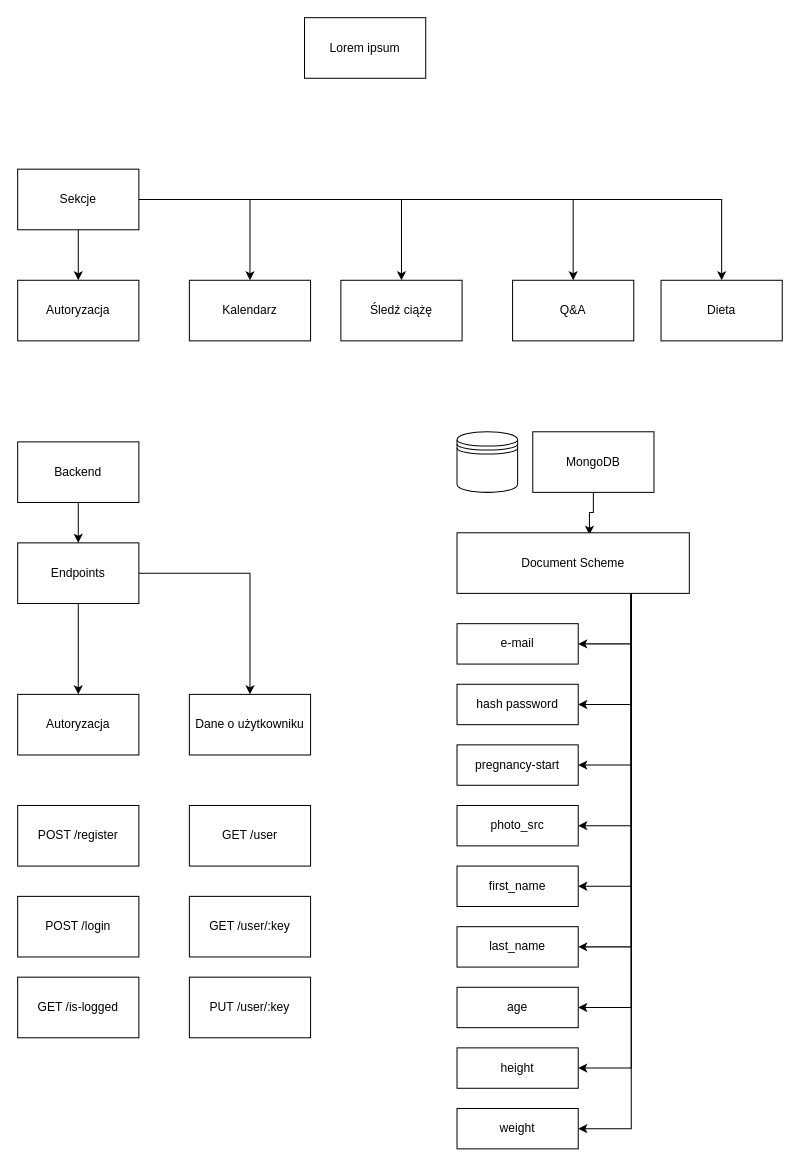
mKepka16/loremipsum keeps this draw.io diagram as loremipsum schemat.drawio. Above is the earlier version. Source tidied: cells renumbered, new cells numbered last; positions are measured from the earlier drawing's top-left corner, leaving out a move shared by most shapes. Both pictures are drawn from the tidied source at 101%, with x=0, y=0 at pixel (17, 17).
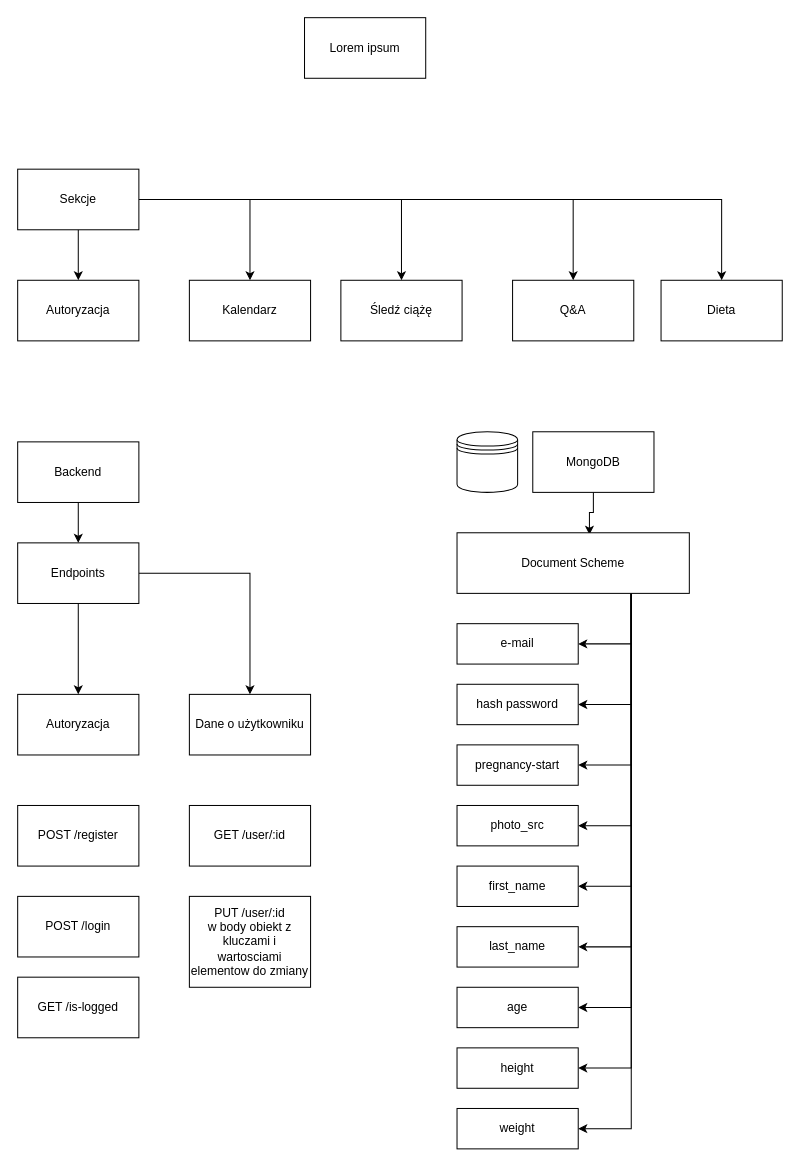
The same diagram, later.

Change to the diagram source:
```diff
@@
-    <mxCell id="24" value="GET /user" style="rounded=0;whiteSpace=wrap;html=1;" parent="1" vertex="1">
+    <mxCell id="24" value="GET /user/:id" style="rounded=0;whiteSpace=wrap;html=1;" parent="1" vertex="1">
       <mxGeometry x="170" y="780" width="120" height="60" as="geometry" />
     </mxCell>
-    <mxCell id="25" value="GET /user/:key" style="rounded=0;whiteSpace=wrap;html=1;" parent="1" vertex="1">
-      <mxGeometry x="170" y="870" width="120" height="60" as="geometry" />
-    </mxCell>
-    <mxCell id="26" value="PUT /user/:key" style="rounded=0;whiteSpace=wrap;html=1;" parent="1" vertex="1">
-      <mxGeometry x="170" y="950" width="120" height="60" as="geometry" />
+    <mxCell id="26" value="PUT /user/:id&lt;br&gt;w body obiekt z kluczami i wartosciami elementow do zmiany" style="rounded=0;whiteSpace=wrap;html=1;" parent="1" vertex="1">
+      <mxGeometry x="170" y="870" width="120" height="90" as="geometry" />
     </mxCell>
```
